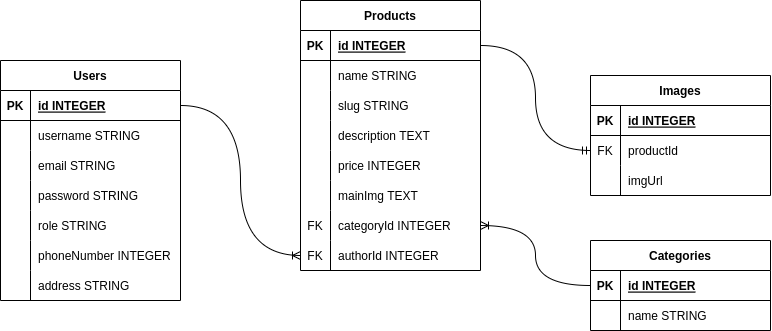
The draw.io diagram ERD/ERD Brand Showcase.png in JCCode288/Somelogo, before a commit. Source tidied: cells renumbered, new cells last; positions are measured from the earlier drawing's top-left corner, leaving out a move shared by most shapes. The source it was exported from:
```xml
<mxGraphModel>
  <root>
    <mxCell id="0" />
    <mxCell id="1" parent="0" />
    <mxCell id="2" value="Users" style="shape=table;startSize=30;rowLines=0;fontStyle=1;align=center;" parent="1" vertex="1">
      <mxGeometry y="60" width="180" height="240" as="geometry" />
    </mxCell>
    <mxCell id="3" style="shape=tableRow;horizontal=0;startSize=0;swimlaneHead=0;swimlaneBody=0;fillColor=none;points=[[0,0.5],[1,0.5]];portConstraint=eastwest;top=0;left=0;right=0;bottom=1;" parent="2" vertex="1">
      <mxGeometry y="30" width="180" height="30" as="geometry" />
    </mxCell>
    <mxCell id="4" value="PK" style="shape=partialRectangle;fillColor=none;top=0;left=0;bottom=0;right=0;fontStyle=1;overflow=hidden;" parent="3" vertex="1">
      <mxGeometry width="30" height="30" as="geometry" />
    </mxCell>
    <mxCell id="5" value="id INTEGER" style="shape=partialRectangle;fillColor=none;top=0;left=0;bottom=0;right=0;align=left;spacingLeft=6;fontStyle=5;overflow=hidden;" parent="3" vertex="1">
      <mxGeometry x="30" width="150" height="30" as="geometry" />
    </mxCell>
    <mxCell id="6" style="shape=tableRow;horizontal=0;startSize=0;swimlaneHead=0;swimlaneBody=0;fillColor=none;top=0;left=0;right=0;bottom=0;" parent="2" vertex="1">
      <mxGeometry y="60" width="180" height="30" as="geometry" />
    </mxCell>
    <mxCell id="7" style="shape=partialRectangle;fillColor=none;top=0;left=0;bottom=0;right=0;overflow=hidden;" parent="6" vertex="1">
      <mxGeometry width="30" height="30" as="geometry" />
    </mxCell>
    <mxCell id="8" value="username STRING" style="shape=partialRectangle;fillColor=none;top=0;left=0;bottom=0;right=0;align=left;spacingLeft=6;overflow=hidden;" parent="6" vertex="1">
      <mxGeometry x="30" width="150" height="30" as="geometry" />
    </mxCell>
    <mxCell id="9" style="shape=tableRow;horizontal=0;startSize=0;swimlaneHead=0;swimlaneBody=0;fillColor=none;top=0;left=0;right=0;bottom=0;" parent="2" vertex="1">
      <mxGeometry y="90" width="180" height="30" as="geometry" />
    </mxCell>
    <mxCell id="10" style="shape=partialRectangle;fillColor=none;top=0;left=0;bottom=0;right=0;overflow=hidden;" parent="9" vertex="1">
      <mxGeometry width="30" height="30" as="geometry" />
    </mxCell>
    <mxCell id="11" value="email STRING" style="shape=partialRectangle;fillColor=none;top=0;left=0;bottom=0;right=0;align=left;spacingLeft=6;overflow=hidden;" parent="9" vertex="1">
      <mxGeometry x="30" width="150" height="30" as="geometry" />
    </mxCell>
    <mxCell id="12" style="shape=tableRow;horizontal=0;startSize=0;swimlaneHead=0;swimlaneBody=0;fillColor=none;top=0;left=0;right=0;bottom=0;" parent="2" vertex="1">
      <mxGeometry y="120" width="180" height="30" as="geometry" />
    </mxCell>
    <mxCell id="13" style="shape=partialRectangle;fillColor=none;top=0;left=0;bottom=0;right=0;overflow=hidden;" parent="12" vertex="1">
      <mxGeometry width="30" height="30" as="geometry" />
    </mxCell>
    <mxCell id="14" value="password STRING" style="shape=partialRectangle;fillColor=none;top=0;left=0;bottom=0;right=0;align=left;spacingLeft=6;overflow=hidden;" parent="12" vertex="1">
      <mxGeometry x="30" width="150" height="30" as="geometry" />
    </mxCell>
    <mxCell id="15" style="shape=tableRow;horizontal=0;startSize=0;swimlaneHead=0;swimlaneBody=0;fillColor=none;top=0;left=0;right=0;bottom=0;" parent="2" vertex="1">
      <mxGeometry y="150" width="180" height="30" as="geometry" />
    </mxCell>
    <mxCell id="16" style="shape=partialRectangle;fillColor=none;top=0;left=0;bottom=0;right=0;overflow=hidden;" parent="15" vertex="1">
      <mxGeometry width="30" height="30" as="geometry" />
    </mxCell>
    <mxCell id="17" value="role STRING" style="shape=partialRectangle;fillColor=none;top=0;left=0;bottom=0;right=0;align=left;spacingLeft=6;overflow=hidden;" parent="15" vertex="1">
      <mxGeometry x="30" width="150" height="30" as="geometry" />
    </mxCell>
    <mxCell id="18" style="shape=tableRow;horizontal=0;startSize=0;swimlaneHead=0;swimlaneBody=0;fillColor=none;top=0;left=0;right=0;bottom=0;" parent="2" vertex="1">
      <mxGeometry y="180" width="180" height="30" as="geometry" />
    </mxCell>
    <mxCell id="19" style="shape=partialRectangle;fillColor=none;top=0;left=0;bottom=0;right=0;overflow=hidden;" parent="18" vertex="1">
      <mxGeometry width="30" height="30" as="geometry" />
    </mxCell>
    <mxCell id="20" value="phoneNumber INTEGER" style="shape=partialRectangle;fillColor=none;top=0;left=0;bottom=0;right=0;align=left;spacingLeft=6;overflow=hidden;" parent="18" vertex="1">
      <mxGeometry x="30" width="150" height="30" as="geometry" />
    </mxCell>
    <mxCell id="21" style="shape=tableRow;horizontal=0;startSize=0;swimlaneHead=0;swimlaneBody=0;fillColor=none;top=0;left=0;right=0;bottom=0;" parent="2" vertex="1">
      <mxGeometry y="210" width="180" height="30" as="geometry" />
    </mxCell>
    <mxCell id="22" style="shape=partialRectangle;fillColor=none;top=0;left=0;bottom=0;right=0;overflow=hidden;" parent="21" vertex="1">
      <mxGeometry width="30" height="30" as="geometry" />
    </mxCell>
    <mxCell id="23" value="address STRING" style="shape=partialRectangle;fillColor=none;top=0;left=0;bottom=0;right=0;align=left;spacingLeft=6;overflow=hidden;" parent="21" vertex="1">
      <mxGeometry x="30" width="150" height="30" as="geometry" />
    </mxCell>
    <mxCell id="24" value="Products" style="shape=table;startSize=30;rowLines=0;fontStyle=1;align=center;" parent="1" vertex="1">
      <mxGeometry x="300" width="180" height="270" as="geometry" />
    </mxCell>
    <mxCell id="25" style="shape=tableRow;horizontal=0;startSize=0;swimlaneHead=0;swimlaneBody=0;fillColor=none;points=[[0,0.5],[1,0.5]];portConstraint=eastwest;top=0;left=0;right=0;bottom=1;" parent="24" vertex="1">
      <mxGeometry y="30" width="180" height="30" as="geometry" />
    </mxCell>
    <mxCell id="26" value="PK" style="shape=partialRectangle;fillColor=none;top=0;left=0;bottom=0;right=0;fontStyle=1;overflow=hidden;" parent="25" vertex="1">
      <mxGeometry width="30" height="30" as="geometry" />
    </mxCell>
    <mxCell id="27" value="id INTEGER" style="shape=partialRectangle;fillColor=none;top=0;left=0;bottom=0;right=0;align=left;spacingLeft=6;fontStyle=5;overflow=hidden;" parent="25" vertex="1">
      <mxGeometry x="30" width="150" height="30" as="geometry" />
    </mxCell>
    <mxCell id="28" style="shape=tableRow;horizontal=0;startSize=0;swimlaneHead=0;swimlaneBody=0;fillColor=none;top=0;left=0;right=0;bottom=0;" parent="24" vertex="1">
      <mxGeometry y="60" width="180" height="30" as="geometry" />
    </mxCell>
    <mxCell id="29" style="shape=partialRectangle;fillColor=none;top=0;left=0;bottom=0;right=0;overflow=hidden;" parent="28" vertex="1">
      <mxGeometry width="30" height="30" as="geometry" />
    </mxCell>
    <mxCell id="30" value="name STRING" style="shape=partialRectangle;fillColor=none;top=0;left=0;bottom=0;right=0;align=left;spacingLeft=6;overflow=hidden;" parent="28" vertex="1">
      <mxGeometry x="30" width="150" height="30" as="geometry" />
    </mxCell>
    <mxCell id="31" style="shape=tableRow;horizontal=0;startSize=0;swimlaneHead=0;swimlaneBody=0;fillColor=none;top=0;left=0;right=0;bottom=0;" parent="24" vertex="1">
      <mxGeometry y="90" width="180" height="30" as="geometry" />
    </mxCell>
    <mxCell id="32" style="shape=partialRectangle;fillColor=none;top=0;left=0;bottom=0;right=0;overflow=hidden;" parent="31" vertex="1">
      <mxGeometry width="30" height="30" as="geometry" />
    </mxCell>
    <mxCell id="33" value="slug STRING" style="shape=partialRectangle;fillColor=none;top=0;left=0;bottom=0;right=0;align=left;spacingLeft=6;overflow=hidden;" parent="31" vertex="1">
      <mxGeometry x="30" width="150" height="30" as="geometry" />
    </mxCell>
    <mxCell id="34" style="shape=tableRow;horizontal=0;startSize=0;swimlaneHead=0;swimlaneBody=0;fillColor=none;top=0;left=0;right=0;bottom=0;" parent="24" vertex="1">
      <mxGeometry y="120" width="180" height="30" as="geometry" />
    </mxCell>
    <mxCell id="35" style="shape=partialRectangle;fillColor=none;top=0;left=0;bottom=0;right=0;overflow=hidden;" parent="34" vertex="1">
      <mxGeometry width="30" height="30" as="geometry" />
    </mxCell>
    <mxCell id="36" value="description TEXT" style="shape=partialRectangle;fillColor=none;top=0;left=0;bottom=0;right=0;align=left;spacingLeft=6;overflow=hidden;" parent="34" vertex="1">
      <mxGeometry x="30" width="150" height="30" as="geometry" />
    </mxCell>
    <mxCell id="37" style="shape=tableRow;horizontal=0;startSize=0;swimlaneHead=0;swimlaneBody=0;fillColor=none;top=0;left=0;right=0;bottom=0;" parent="24" vertex="1">
      <mxGeometry y="150" width="180" height="30" as="geometry" />
    </mxCell>
    <mxCell id="38" style="shape=partialRectangle;fillColor=none;top=0;left=0;bottom=0;right=0;overflow=hidden;" parent="37" vertex="1">
      <mxGeometry width="30" height="30" as="geometry" />
    </mxCell>
    <mxCell id="39" value="price INTEGER" style="shape=partialRectangle;fillColor=none;top=0;left=0;bottom=0;right=0;align=left;spacingLeft=6;overflow=hidden;" parent="37" vertex="1">
      <mxGeometry x="30" width="150" height="30" as="geometry" />
    </mxCell>
    <mxCell id="40" style="shape=tableRow;horizontal=0;startSize=0;swimlaneHead=0;swimlaneBody=0;fillColor=none;top=0;left=0;right=0;bottom=0;" parent="24" vertex="1">
      <mxGeometry y="180" width="180" height="30" as="geometry" />
    </mxCell>
    <mxCell id="41" style="shape=partialRectangle;fillColor=none;top=0;left=0;bottom=0;right=0;overflow=hidden;" parent="40" vertex="1">
      <mxGeometry width="30" height="30" as="geometry" />
    </mxCell>
    <mxCell id="42" value="mainImg TEXT" style="shape=partialRectangle;fillColor=none;top=0;left=0;bottom=0;right=0;align=left;spacingLeft=6;overflow=hidden;" parent="40" vertex="1">
      <mxGeometry x="30" width="150" height="30" as="geometry" />
    </mxCell>
    <mxCell id="43" style="shape=tableRow;horizontal=0;startSize=0;swimlaneHead=0;swimlaneBody=0;fillColor=none;points=[[0,0.5],[1,0.5]];portConstraint=eastwest;top=0;left=0;right=0;bottom=0;" parent="24" vertex="1">
      <mxGeometry y="210" width="180" height="30" as="geometry" />
    </mxCell>
    <mxCell id="44" value="FK" style="shape=partialRectangle;fillColor=none;top=0;left=0;bottom=0;right=0;overflow=hidden;" parent="43" vertex="1">
      <mxGeometry width="30" height="30" as="geometry" />
    </mxCell>
    <mxCell id="45" value="categoryId INTEGER" style="shape=partialRectangle;fillColor=none;top=0;left=0;bottom=0;right=0;align=left;spacingLeft=6;overflow=hidden;" parent="43" vertex="1">
      <mxGeometry x="30" width="150" height="30" as="geometry" />
    </mxCell>
    <mxCell id="46" style="shape=tableRow;horizontal=0;startSize=0;swimlaneHead=0;swimlaneBody=0;fillColor=none;points=[[0,0.5],[1,0.5]];portConstraint=eastwest;top=0;left=0;right=0;bottom=0;" parent="24" vertex="1">
      <mxGeometry y="240" width="180" height="30" as="geometry" />
    </mxCell>
    <mxCell id="47" value="FK" style="shape=partialRectangle;fillColor=none;top=0;left=0;bottom=0;right=0;overflow=hidden;" parent="46" vertex="1">
      <mxGeometry width="30" height="30" as="geometry" />
    </mxCell>
    <mxCell id="48" value="authorId INTEGER" style="shape=partialRectangle;fillColor=none;top=0;left=0;bottom=0;right=0;align=left;spacingLeft=6;overflow=hidden;" parent="46" vertex="1">
      <mxGeometry x="30" width="150" height="30" as="geometry" />
    </mxCell>
    <mxCell id="49" value="Categories" style="shape=table;startSize=30;rowLines=0;fontStyle=1;align=center;" parent="1" vertex="1">
      <mxGeometry x="590" y="240" width="180" height="90" as="geometry" />
    </mxCell>
    <mxCell id="50" style="shape=tableRow;horizontal=0;startSize=0;swimlaneHead=0;swimlaneBody=0;fillColor=none;points=[[0,0.5],[1,0.5]];portConstraint=eastwest;top=0;left=0;right=0;bottom=1;" parent="49" vertex="1">
      <mxGeometry y="30" width="180" height="30" as="geometry" />
    </mxCell>
    <mxCell id="51" value="PK" style="shape=partialRectangle;fillColor=none;top=0;left=0;bottom=0;right=0;fontStyle=1;overflow=hidden;" parent="50" vertex="1">
      <mxGeometry width="30" height="30" as="geometry" />
    </mxCell>
    <mxCell id="52" value="id INTEGER" style="shape=partialRectangle;fillColor=none;top=0;left=0;bottom=0;right=0;align=left;spacingLeft=6;fontStyle=5;overflow=hidden;" parent="50" vertex="1">
      <mxGeometry x="30" width="150" height="30" as="geometry" />
    </mxCell>
    <mxCell id="53" style="shape=tableRow;horizontal=0;startSize=0;swimlaneHead=0;swimlaneBody=0;fillColor=none;top=0;left=0;right=0;bottom=0;" parent="49" vertex="1">
      <mxGeometry y="60" width="180" height="30" as="geometry" />
    </mxCell>
    <mxCell id="54" style="shape=partialRectangle;fillColor=none;top=0;left=0;bottom=0;right=0;overflow=hidden;" parent="53" vertex="1">
      <mxGeometry width="30" height="30" as="geometry" />
    </mxCell>
    <mxCell id="55" value="name STRING" style="shape=partialRectangle;fillColor=none;top=0;left=0;bottom=0;right=0;align=left;spacingLeft=6;overflow=hidden;" parent="53" vertex="1">
      <mxGeometry x="30" width="150" height="30" as="geometry" />
    </mxCell>
    <mxCell id="56" style="edgeStyle=orthogonalEdgeStyle;rounded=0;jettySize=auto;html=1;entryX=0;entryY=0.5;entryDx=0;entryDy=0;endArrow=ERoneToMany;endFill=0;curved=1;" parent="1" edge="1" source="3" target="46">
      <mxGeometry relative="1" as="geometry" />
    </mxCell>
    <mxCell id="57" style="edgeStyle=orthogonalEdgeStyle;rounded=0;jettySize=auto;html=1;entryX=1;entryY=0.5;entryDx=0;entryDy=0;endArrow=ERoneToMany;endFill=0;curved=1;" parent="1" edge="1" source="50" target="43">
      <mxGeometry relative="1" as="geometry" />
    </mxCell>
    <mxCell id="58" value="Images" style="shape=table;startSize=30;rowLines=0;fontStyle=1;align=center;" parent="1" vertex="1">
      <mxGeometry x="590" y="75" width="180" height="120" as="geometry" />
    </mxCell>
    <mxCell id="59" style="shape=tableRow;horizontal=0;startSize=0;swimlaneHead=0;swimlaneBody=0;fillColor=none;top=0;left=0;right=0;bottom=1;" parent="58" vertex="1">
      <mxGeometry y="30" width="180" height="30" as="geometry" />
    </mxCell>
    <mxCell id="60" value="PK" style="shape=partialRectangle;fillColor=none;top=0;left=0;bottom=0;right=0;fontStyle=1;overflow=hidden;" parent="59" vertex="1">
      <mxGeometry width="30" height="30" as="geometry" />
    </mxCell>
    <mxCell id="61" value="id INTEGER" style="shape=partialRectangle;fillColor=none;top=0;left=0;bottom=0;right=0;align=left;spacingLeft=6;fontStyle=5;overflow=hidden;" parent="59" vertex="1">
      <mxGeometry x="30" width="150" height="30" as="geometry" />
    </mxCell>
    <mxCell id="62" style="shape=tableRow;horizontal=0;startSize=0;swimlaneHead=0;swimlaneBody=0;fillColor=none;points=[[0,0.5],[1,0.5]];portConstraint=eastwest;top=0;left=0;right=0;bottom=0;" parent="58" vertex="1">
      <mxGeometry y="60" width="180" height="30" as="geometry" />
    </mxCell>
    <mxCell id="63" value="FK" style="shape=partialRectangle;fillColor=none;top=0;left=0;bottom=0;right=0;overflow=hidden;" parent="62" vertex="1">
      <mxGeometry width="30" height="30" as="geometry" />
    </mxCell>
    <mxCell id="64" value="productId" style="shape=partialRectangle;fillColor=none;top=0;left=0;bottom=0;right=0;align=left;spacingLeft=6;overflow=hidden;" parent="62" vertex="1">
      <mxGeometry x="30" width="150" height="30" as="geometry" />
    </mxCell>
    <mxCell id="65" style="shape=tableRow;horizontal=0;startSize=0;swimlaneHead=0;swimlaneBody=0;fillColor=none;top=0;left=0;right=0;bottom=0;" parent="58" vertex="1">
      <mxGeometry y="90" width="180" height="30" as="geometry" />
    </mxCell>
    <mxCell id="66" style="shape=partialRectangle;fillColor=none;top=0;left=0;bottom=0;right=0;overflow=hidden;" parent="65" vertex="1">
      <mxGeometry width="30" height="30" as="geometry" />
    </mxCell>
    <mxCell id="67" value="imgUrl" style="shape=partialRectangle;fillColor=none;top=0;left=0;bottom=0;right=0;align=left;spacingLeft=6;overflow=hidden;" parent="65" vertex="1">
      <mxGeometry x="30" width="150" height="30" as="geometry" />
    </mxCell>
    <mxCell id="68" style="edgeStyle=orthogonalEdgeStyle;curved=1;rounded=0;jettySize=auto;html=1;entryX=0;entryY=0.5;entryDx=0;entryDy=0;endArrow=ERmandOne;endFill=0;" parent="1" edge="1" source="25" target="62">
      <mxGeometry relative="1" as="geometry" />
    </mxCell>
  </root>
</mxGraphModel>
```
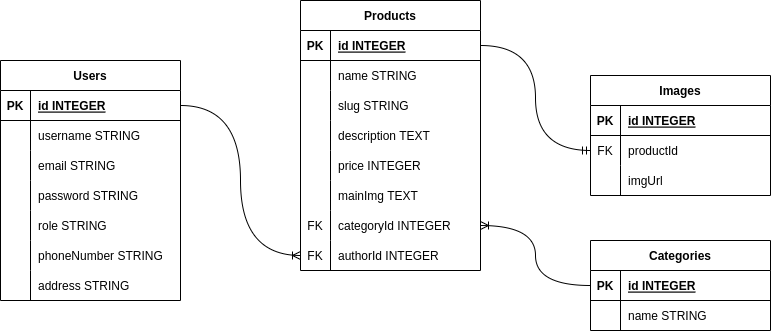
After the change.

The edit, as a diff of the source:
```diff
@@ -56,7 +56,7 @@
     <mxCell id="19" style="shape=partialRectangle;fillColor=none;top=0;left=0;bottom=0;right=0;overflow=hidden;" parent="18" vertex="1">
       <mxGeometry width="30" height="30" as="geometry" />
     </mxCell>
-    <mxCell id="20" value="phoneNumber INTEGER" style="shape=partialRectangle;fillColor=none;top=0;left=0;bottom=0;right=0;align=left;spacingLeft=6;overflow=hidden;" parent="18" vertex="1">
+    <mxCell id="20" value="phoneNumber STRING" style="shape=partialRectangle;fillColor=none;top=0;left=0;bottom=0;right=0;align=left;spacingLeft=6;overflow=hidden;" parent="18" vertex="1">
       <mxGeometry x="30" width="150" height="30" as="geometry" />
     </mxCell>
     <mxCell id="21" style="shape=tableRow;horizontal=0;startSize=0;swimlaneHead=0;swimlaneBody=0;fillColor=none;top=0;left=0;right=0;bottom=0;" parent="2" vertex="1">
```
